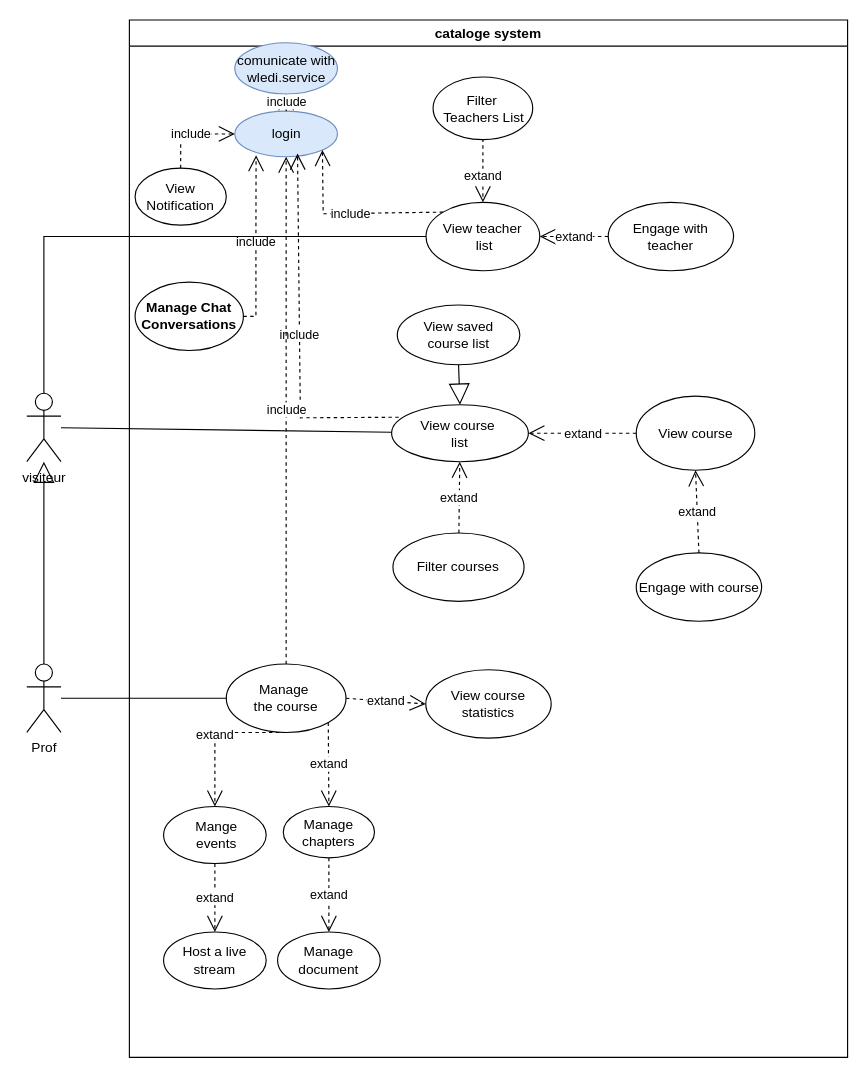
Above: use_case_catalog.drawio in faresUnderScore999/test1.0 (draw.io), before the change. Source tidied: cells renumbered, new cells numbered last; positions are measured from the earlier drawing's top-left corner, leaving out a move shared by most shapes. Both pictures are drawn from the tidied source at 114%, with x=0, y=0 at pixel (26, 19).
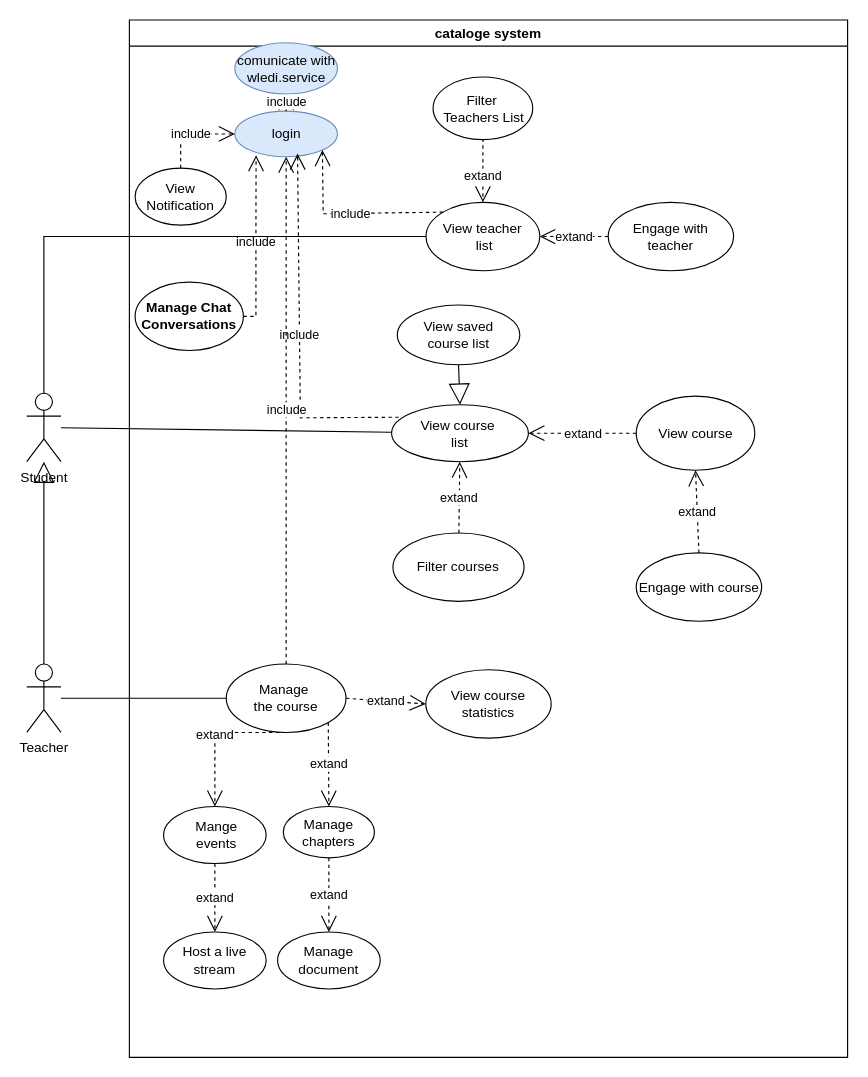
Above is the later version.

Commit message (it also covers changes not shown here):
Mettre à jour use_case_catalog.drawio

What changed in the source:
```diff
@@
-    <mxCell id="2" value="Prof" style="shape=umlActor;verticalLabelPosition=bottom;verticalAlign=top;html=1;" parent="1" vertex="1">
+    <mxCell id="2" value="Teacher" style="shape=umlActor;verticalLabelPosition=bottom;verticalAlign=top;html=1;" parent="1" vertex="1">
       <mxGeometry y="565" width="30" height="60" as="geometry" />
     </mxCell>
@@
-    <mxCell id="41" value="visiteur" style="shape=umlActor;verticalLabelPosition=bottom;verticalAlign=top;html=1;" parent="1" vertex="1">
+    <mxCell id="41" value="Student" style="shape=umlActor;verticalLabelPosition=bottom;verticalAlign=top;html=1;" parent="1" vertex="1">
       <mxGeometry y="327.5" width="30" height="60" as="geometry" />
     </mxCell>
```
